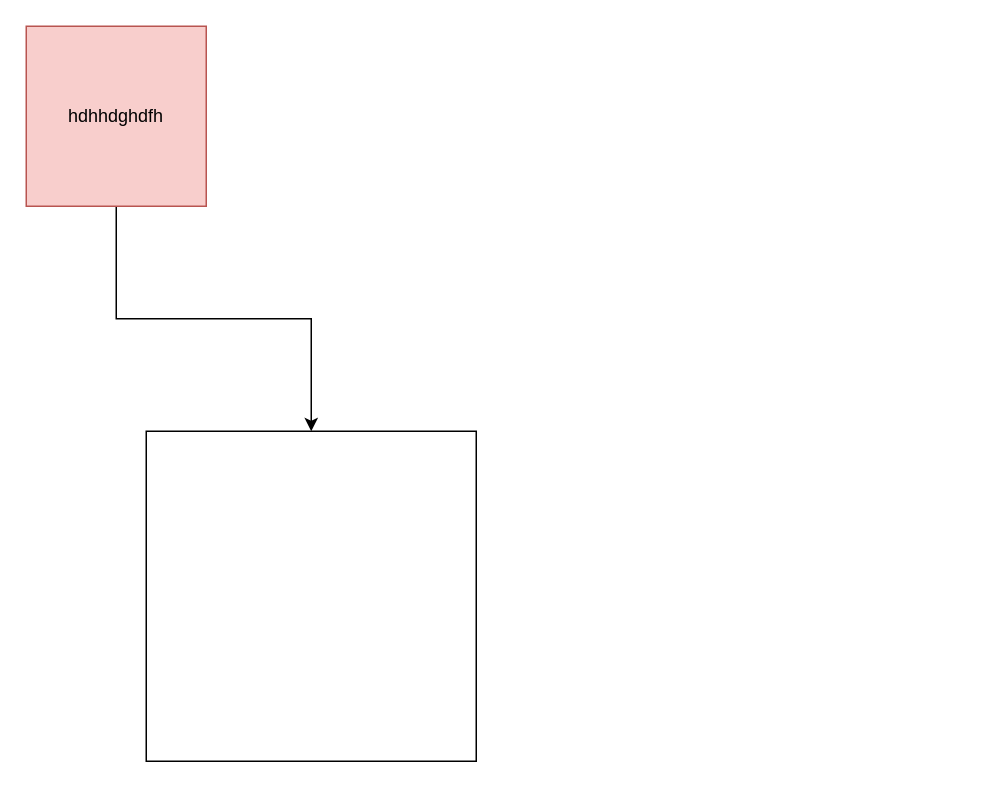
This is transcendence.drawio from Jarnomer/transcendence, a draw.io file, before an edit. Source tidied: cells renumbered, new cells numbered last; positions are measured from the earlier drawing's top-left corner, leaving out a move shared by most shapes. Both pictures are drawn from the tidied source at 150%, with x=0, y=0 at pixel (26, 26).
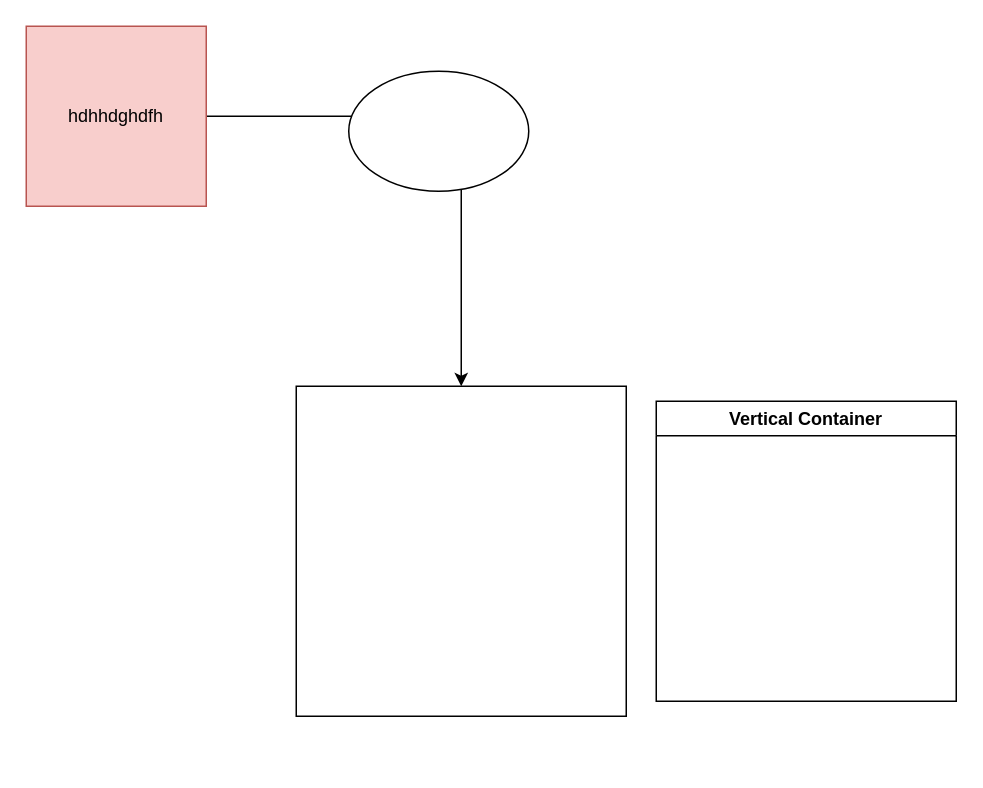
After the change.

Diff of the diagram source:
```diff
@@
 <mxGraphModel>
   <root>
     <mxCell id="0" />
     <mxCell id="1" parent="0" />
     <mxCell id="2" style="edgeStyle=orthogonalEdgeStyle;rounded=0;jettySize=auto;html=1;" parent="1" edge="1" source="3" target="4">
       <mxGeometry relative="1" as="geometry" />
     </mxCell>
     <mxCell id="3" value="hdhhdghdfh" style="whiteSpace=wrap;html=1;fillColor=#f8cecc;strokeColor=#b85450;" parent="1" vertex="1">
       <mxGeometry width="120" height="120" as="geometry" />
     </mxCell>
     <mxCell id="4" style="whiteSpace=wrap;html=1;" parent="1" vertex="1">
-      <mxGeometry x="80" y="270" width="220" height="220" as="geometry" />
+      <mxGeometry x="180" y="240" width="220" height="220" as="geometry" />
     </mxCell>
+    <mxCell id="5" style="ellipse;whiteSpace=wrap;html=1;" parent="1" vertex="1">
+      <mxGeometry x="215" y="30" width="120" height="80" as="geometry" />
+    </mxCell>
+    <mxCell id="6" value="Vertical Container" style="swimlane;whiteSpace=wrap;html=1;" parent="1" vertex="1">
+      <mxGeometry x="420" y="250" width="200" height="200" as="geometry" />
+    </mxCell>
   </root>
 </mxGraphModel>
```
